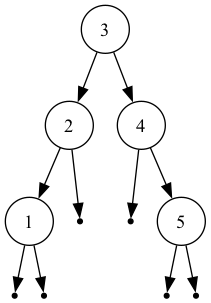
SharQawyCS/Optimal-Binary-Search-Tree keeps this Graphviz diagram as tree.png. Above is the earlier version. Its source is kept beside it as tree.dot.
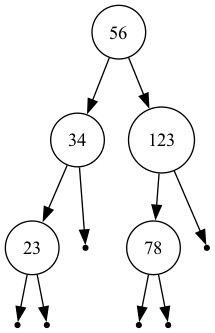
The same diagram one commit later.

The edit, as a diff of the source:
```diff
@@ -1,19 +1,19 @@
 digraph OBST {
   node [shape=circle];
-  "3" -> "2";
-  "2" -> "1";
+  "56" -> "34";
+  "34" -> "23";
   null0 [shape=point];
-  "1" -> null0;
+  "23" -> null0;
   null1 [shape=point];
-  "1" -> null1;
+  "23" -> null1;
   null2 [shape=point];
-  "2" -> null2;
-  "3" -> "4";
+  "34" -> null2;
+  "56" -> "123";
+  "123" -> "78";
   null3 [shape=point];
-  "4" -> null3;
-  "4" -> "5";
+  "78" -> null3;
   null4 [shape=point];
-  "5" -> null4;
+  "78" -> null4;
   null5 [shape=point];
-  "5" -> null5;
+  "123" -> null5;
 }
```
